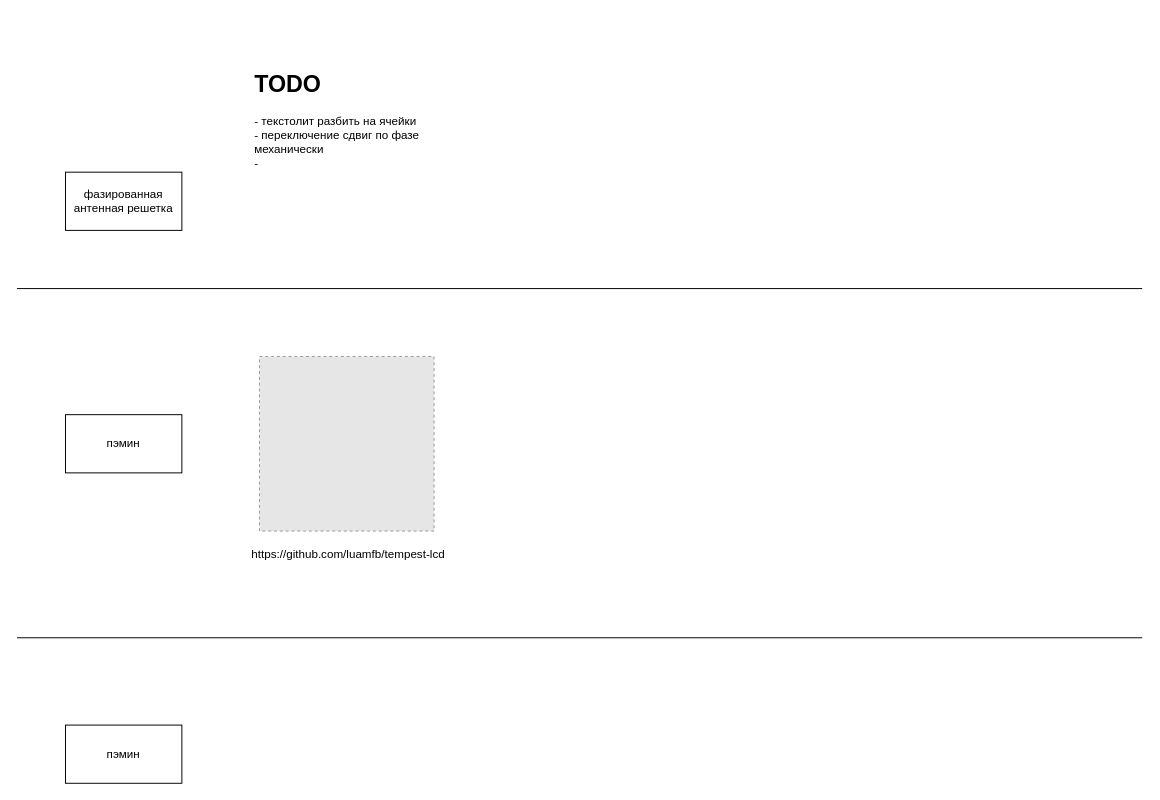
Before: radio_projects.drawio in hightemp/col_diagrams, a draw.io diagram. Source tidied: cells renumbered, new cells numbered last; positions are measured from the earlier drawing's top-left corner, leaving out a move shared by most shapes. Both pictures are drawn from the tidied source at 97%, with x=0, y=0 at pixel (16, 65). Pictures stored in the file or linked from it are replaced by grey dashed boxes.
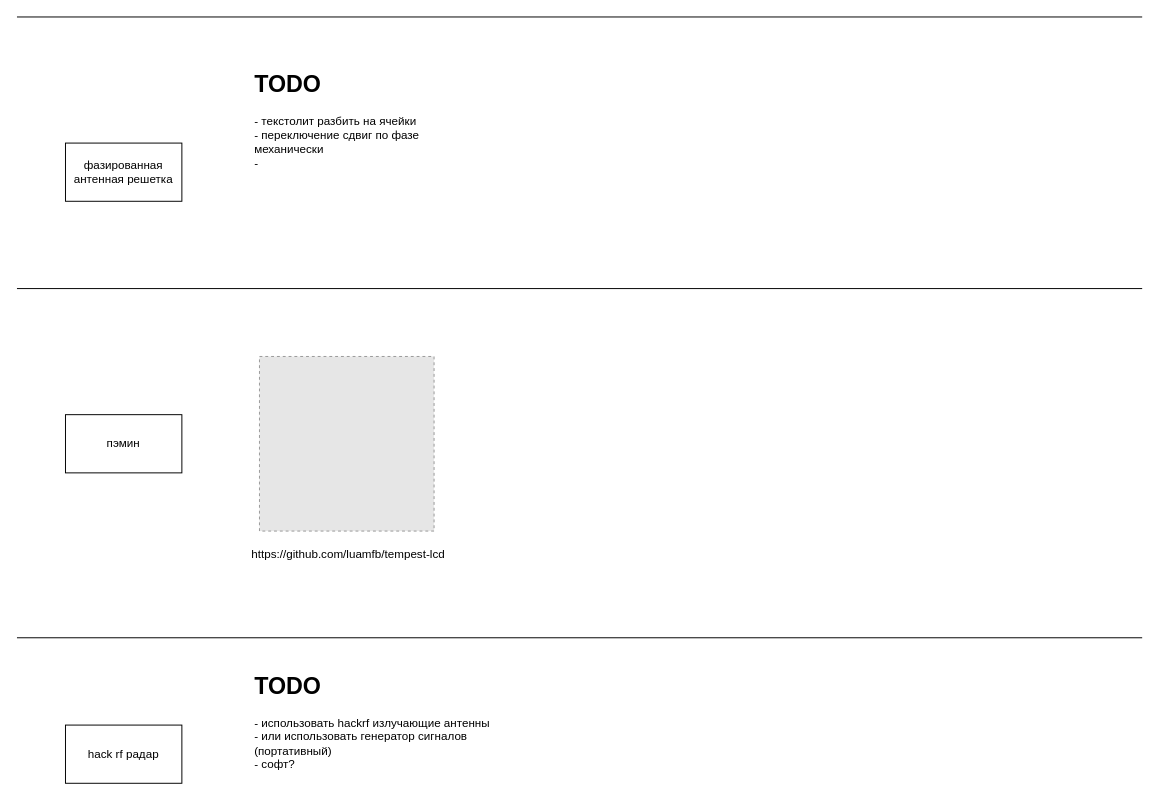
The same diagram, later.

Diff of the diagram source:
```diff
@@
 <mxGraphModel>
   <root>
     <mxCell id="0" />
     <mxCell id="1" parent="0" />
     <mxCell id="2" value="фазированная антенная решетка" style="rounded=0;whiteSpace=wrap;html=1;" parent="1" vertex="1">
-      <mxGeometry x="50" y="110" width="120" height="60" as="geometry" />
+      <mxGeometry x="50" y="80" width="120" height="60" as="geometry" />
     </mxCell>
     <mxCell id="3" value="пэмин" style="rounded=0;whiteSpace=wrap;html=1;" parent="1" vertex="1">
       <mxGeometry x="50" y="360" width="120" height="60" as="geometry" />
     </mxCell>
     <mxCell id="4" style="group;" parent="1" vertex="1">
       <mxGeometry x="240" y="300" width="230" height="230" as="geometry" />
     </mxCell>
     <mxCell id="5" value="https://github.com/luamfb/tempest-lcd" style="text;whiteSpace=wrap;html=1;" parent="4" vertex="1">
       <mxGeometry y="190" width="230" height="40" as="geometry" />
     </mxCell>
     <mxCell id="6" style="fillColor=#E6E6E6;strokeColor=#999999;dashed=1;verticalLabelPosition=bottom;labelBackgroundColor=default;verticalAlign=top;" parent="4" vertex="1">
       <mxGeometry x="10" width="180" height="180" as="geometry" />
     </mxCell>
     <mxCell id="7" style="endArrow=none;html=1;rounded=0;" parent="1" edge="1">
       <mxGeometry relative="1" as="geometry">
         <mxPoint y="590" as="sourcePoint" />
         <mxPoint x="1160" y="590" as="targetPoint" />
       </mxGeometry>
     </mxCell>
     <mxCell id="8" value="&lt;h1&gt;TODO&lt;/h1&gt;&lt;p&gt;- текстолит разбить на ячейки&lt;br&gt;- переключение сдвиг по фазе механически&lt;br&gt;-&amp;nbsp;&lt;/p&gt;" style="text;html=1;strokeColor=none;fillColor=none;spacing=5;spacingTop=-20;whiteSpace=wrap;overflow=hidden;rounded=0;" parent="1" vertex="1">
       <mxGeometry x="240" width="190" height="120" as="geometry" />
     </mxCell>
     <mxCell id="9" style="endArrow=none;html=1;rounded=0;" parent="1" edge="1">
       <mxGeometry relative="1" as="geometry">
         <mxPoint y="230" as="sourcePoint" />
         <mxPoint x="1160" y="230" as="targetPoint" />
       </mxGeometry>
     </mxCell>
-    <mxCell id="10" value="пэмин" style="rounded=0;whiteSpace=wrap;html=1;" parent="1" vertex="1">
+    <mxCell id="10" value="hack rf радар" style="rounded=0;whiteSpace=wrap;html=1;" parent="1" vertex="1">
       <mxGeometry x="50" y="680" width="120" height="60" as="geometry" />
     </mxCell>
+    <mxCell id="11" style="endArrow=none;html=1;rounded=0;" parent="1" edge="1">
+      <mxGeometry relative="1" as="geometry">
+        <mxPoint y="-50" as="sourcePoint" />
+        <mxPoint x="1160" y="-50" as="targetPoint" />
+      </mxGeometry>
+    </mxCell>
+    <mxCell id="12" value="&lt;h1&gt;TODO&lt;/h1&gt;&lt;p&gt;- использовать hackrf излучающие антенны&lt;br&gt;- или использовать генератор сигналов (портативный)&amp;nbsp;&lt;br&gt;- софт?&lt;/p&gt;" style="text;html=1;strokeColor=none;fillColor=none;spacing=5;spacingTop=-20;whiteSpace=wrap;overflow=hidden;rounded=0;" parent="1" vertex="1">
+      <mxGeometry x="240" y="620" width="270" height="120" as="geometry" />
+    </mxCell>
   </root>
 </mxGraphModel>
```
